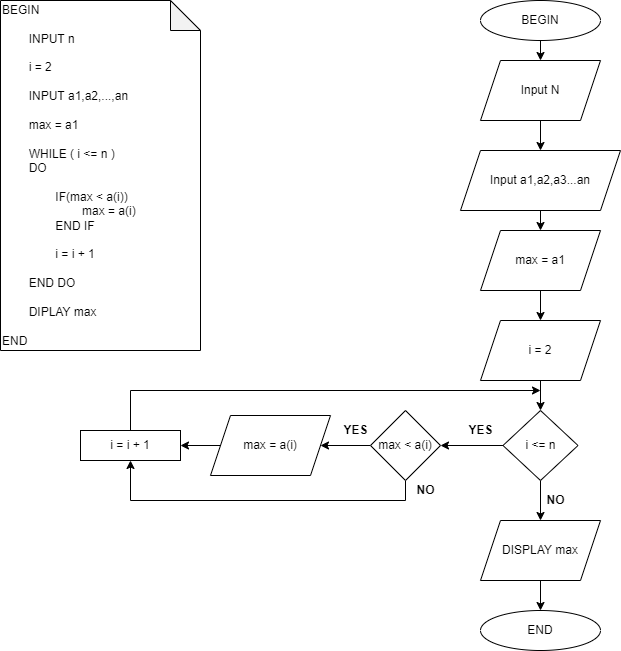
Earlier version of the draw.io export C1221G1-NguyenQuangHuu/module1/ss3_pseudo_code_&_flowchart/bai_tap/BaiTap4.png (NguyenQuangHuu/C1221G1-NguyenQuangHuu). Source tidied: cells renumbered, new cells last; positions are measured from the earlier drawing's top-left corner, leaving out a move shared by most shapes. Its diagram source:
```xml
<mxGraphModel>
  <root>
    <mxCell id="0" />
    <mxCell id="1" parent="0" />
    <mxCell id="2" value="BEGIN&lt;br&gt;&lt;br&gt;&lt;span style=&quot;white-space: pre&quot;&gt;&#9;&lt;/span&gt;INPUT n&lt;br&gt;&lt;br&gt;&lt;span style=&quot;white-space: pre&quot;&gt;&#9;&lt;/span&gt;i = 2&lt;br&gt;&lt;br&gt;&lt;span style=&quot;white-space: pre&quot;&gt;&#9;&lt;/span&gt;INPUT a1,a2,...,an&lt;br&gt;&lt;br&gt;&lt;span style=&quot;white-space: pre&quot;&gt;&#9;&lt;/span&gt;max = a1&lt;br&gt;&lt;span style=&quot;white-space: pre&quot;&gt;&#9;&lt;/span&gt;&lt;br&gt;&lt;span style=&quot;white-space: pre&quot;&gt;&#9;&lt;/span&gt;WHILE ( i &amp;lt;= n )&lt;br&gt;&lt;span style=&quot;white-space: pre&quot;&gt;&#9;&lt;/span&gt;DO &lt;br&gt;&lt;br&gt;&lt;span style=&quot;white-space: pre&quot;&gt;&#9;&lt;/span&gt;&lt;span style=&quot;white-space: pre&quot;&gt;&#9;&lt;/span&gt;IF(max &amp;lt; a(i))&amp;nbsp;&lt;br&gt;&lt;span style=&quot;white-space: pre&quot;&gt;&#9;&lt;/span&gt;&lt;span style=&quot;white-space: pre&quot;&gt;&#9;&lt;span style=&quot;white-space: pre&quot;&gt;&#9;&lt;/span&gt;&lt;/span&gt;max = a(i)&lt;br&gt;&lt;span style=&quot;white-space: pre&quot;&gt;&#9;&lt;/span&gt;&lt;span style=&quot;white-space: pre&quot;&gt;&#9;&lt;/span&gt;END IF&lt;br&gt;&lt;br&gt;&lt;span style=&quot;white-space: pre&quot;&gt;&#9;&lt;/span&gt;&lt;span style=&quot;white-space: pre&quot;&gt;&#9;&lt;/span&gt;i = i + 1&lt;br&gt;&lt;br&gt;&lt;span style=&quot;white-space: pre&quot;&gt;&#9;&lt;/span&gt;END DO&lt;br&gt;&lt;span style=&quot;white-space: pre&quot;&gt;&#9;&lt;/span&gt;&lt;br&gt;&lt;span style=&quot;white-space: pre&quot;&gt;&#9;&lt;/span&gt;DIPLAY max&lt;br&gt;&lt;br&gt;END" style="shape=note;whiteSpace=wrap;html=1;backgroundOutline=1;darkOpacity=0.05;align=left;" parent="1" vertex="1">
      <mxGeometry width="200" height="350" as="geometry" />
    </mxCell>
    <mxCell id="3" style="edgeStyle=orthogonalEdgeStyle;rounded=0;jettySize=auto;html=1;exitX=0.5;exitY=1;exitDx=0;exitDy=0;entryX=0.5;entryY=0;entryDx=0;entryDy=0;" parent="1" edge="1" source="4" target="7">
      <mxGeometry relative="1" as="geometry" />
    </mxCell>
    <mxCell id="4" value="BEGIN" style="ellipse;whiteSpace=wrap;html=1;" parent="1" vertex="1">
      <mxGeometry x="480" width="120" height="40" as="geometry" />
    </mxCell>
    <mxCell id="5" value="END" style="ellipse;whiteSpace=wrap;html=1;" parent="1" vertex="1">
      <mxGeometry x="480" y="610" width="120" height="40" as="geometry" />
    </mxCell>
    <mxCell id="6" style="edgeStyle=orthogonalEdgeStyle;rounded=0;jettySize=auto;html=1;exitX=0.5;exitY=1;exitDx=0;exitDy=0;entryX=0.5;entryY=0;entryDx=0;entryDy=0;" parent="1" edge="1" source="7" target="9">
      <mxGeometry relative="1" as="geometry" />
    </mxCell>
    <mxCell id="7" value="Input N" style="shape=parallelogram;perimeter=parallelogramPerimeter;whiteSpace=wrap;html=1;fixedSize=1;" parent="1" vertex="1">
      <mxGeometry x="480" y="60" width="120" height="60" as="geometry" />
    </mxCell>
    <mxCell id="8" style="edgeStyle=orthogonalEdgeStyle;rounded=0;jettySize=auto;html=1;exitX=0.5;exitY=1;exitDx=0;exitDy=0;entryX=0.5;entryY=0;entryDx=0;entryDy=0;" parent="1" edge="1" source="9" target="11">
      <mxGeometry relative="1" as="geometry" />
    </mxCell>
    <mxCell id="9" value="Input a1,a2,a3...an" style="shape=parallelogram;perimeter=parallelogramPerimeter;whiteSpace=wrap;html=1;fixedSize=1;" parent="1" vertex="1">
      <mxGeometry x="460" y="150" width="160" height="60" as="geometry" />
    </mxCell>
    <mxCell id="10" style="edgeStyle=orthogonalEdgeStyle;rounded=0;jettySize=auto;html=1;exitX=0.5;exitY=1;exitDx=0;exitDy=0;entryX=0.5;entryY=0;entryDx=0;entryDy=0;" parent="1" edge="1" source="11" target="13">
      <mxGeometry relative="1" as="geometry" />
    </mxCell>
    <mxCell id="11" value="max = a1" style="shape=parallelogram;perimeter=parallelogramPerimeter;whiteSpace=wrap;html=1;fixedSize=1;" parent="1" vertex="1">
      <mxGeometry x="480" y="230" width="120" height="60" as="geometry" />
    </mxCell>
    <mxCell id="12" style="edgeStyle=orthogonalEdgeStyle;rounded=0;jettySize=auto;html=1;exitX=0.5;exitY=1;exitDx=0;exitDy=0;entryX=0.5;entryY=0;entryDx=0;entryDy=0;" parent="1" edge="1" source="13" target="16">
      <mxGeometry relative="1" as="geometry" />
    </mxCell>
    <mxCell id="13" value="i = 2" style="shape=parallelogram;perimeter=parallelogramPerimeter;whiteSpace=wrap;html=1;fixedSize=1;" parent="1" vertex="1">
      <mxGeometry x="480" y="320" width="120" height="60" as="geometry" />
    </mxCell>
    <mxCell id="14" style="edgeStyle=orthogonalEdgeStyle;rounded=0;jettySize=auto;html=1;exitX=0;exitY=0.5;exitDx=0;exitDy=0;entryX=1;entryY=0.5;entryDx=0;entryDy=0;" parent="1" edge="1" source="16" target="19">
      <mxGeometry relative="1" as="geometry" />
    </mxCell>
    <mxCell id="15" style="edgeStyle=orthogonalEdgeStyle;rounded=0;jettySize=auto;html=1;exitX=0.5;exitY=1;exitDx=0;exitDy=0;entryX=0.5;entryY=0;entryDx=0;entryDy=0;" parent="1" edge="1" source="16" target="22">
      <mxGeometry relative="1" as="geometry" />
    </mxCell>
    <mxCell id="16" value="i &amp;lt;= n" style="rhombus;whiteSpace=wrap;html=1;" parent="1" vertex="1">
      <mxGeometry x="502.5" y="410" width="75" height="70" as="geometry" />
    </mxCell>
    <mxCell id="17" style="edgeStyle=orthogonalEdgeStyle;rounded=0;jettySize=auto;html=1;exitX=0;exitY=0.5;exitDx=0;exitDy=0;entryX=1;entryY=0.5;entryDx=0;entryDy=0;" parent="1" edge="1" source="19" target="28">
      <mxGeometry relative="1" as="geometry" />
    </mxCell>
    <mxCell id="18" style="edgeStyle=orthogonalEdgeStyle;rounded=0;jettySize=auto;html=1;exitX=0.5;exitY=1;exitDx=0;exitDy=0;entryX=0.5;entryY=1;entryDx=0;entryDy=0;" parent="1" edge="1" source="19" target="24">
      <mxGeometry relative="1" as="geometry" />
    </mxCell>
    <mxCell id="19" value="max &amp;lt; a(i)" style="rhombus;whiteSpace=wrap;html=1;" parent="1" vertex="1">
      <mxGeometry x="370" y="410" width="70" height="70" as="geometry" />
    </mxCell>
    <mxCell id="20" value="&lt;b&gt;NO&lt;/b&gt;" style="text;html=1;align=center;verticalAlign=middle;strokeColor=none;fillColor=none;" parent="1" vertex="1">
      <mxGeometry x="540" y="490" width="30" height="20" as="geometry" />
    </mxCell>
    <mxCell id="21" style="edgeStyle=orthogonalEdgeStyle;rounded=0;jettySize=auto;html=1;exitX=0.5;exitY=1;exitDx=0;exitDy=0;entryX=0.5;entryY=0;entryDx=0;entryDy=0;" parent="1" edge="1" source="22" target="5">
      <mxGeometry relative="1" as="geometry" />
    </mxCell>
    <mxCell id="22" value="DISPLAY max" style="shape=parallelogram;perimeter=parallelogramPerimeter;whiteSpace=wrap;html=1;fixedSize=1;" parent="1" vertex="1">
      <mxGeometry x="480" y="520" width="120" height="60" as="geometry" />
    </mxCell>
    <mxCell id="23" style="edgeStyle=orthogonalEdgeStyle;rounded=0;jettySize=auto;html=1;exitX=0.5;exitY=0;exitDx=0;exitDy=0;" parent="1" edge="1" source="24">
      <mxGeometry relative="1" as="geometry">
        <mxPoint x="540" y="390" as="targetPoint" />
        <Array as="points">
          <mxPoint x="130" y="390" />
          <mxPoint x="540" y="390" />
        </Array>
      </mxGeometry>
    </mxCell>
    <mxCell id="24" value="i = i + 1" style="whiteSpace=wrap;html=1;" parent="1" vertex="1">
      <mxGeometry x="80" y="430" width="100" height="30" as="geometry" />
    </mxCell>
    <mxCell id="25" style="edgeStyle=orthogonalEdgeStyle;rounded=0;jettySize=auto;html=1;exitX=0;exitY=0.5;exitDx=0;exitDy=0;entryX=1;entryY=0.5;entryDx=0;entryDy=0;" parent="1" edge="1" source="28" target="24">
      <mxGeometry relative="1" as="geometry" />
    </mxCell>
    <mxCell id="26" value="&lt;b&gt;YES&lt;/b&gt;" style="text;html=1;align=center;verticalAlign=middle;strokeColor=none;fillColor=none;" parent="1" vertex="1">
      <mxGeometry x="460" y="420" width="40" height="20" as="geometry" />
    </mxCell>
    <mxCell id="27" value="&lt;b&gt;YES&lt;/b&gt;" style="text;html=1;align=center;verticalAlign=middle;strokeColor=none;fillColor=none;" parent="1" vertex="1">
      <mxGeometry x="335" y="420" width="40" height="20" as="geometry" />
    </mxCell>
    <mxCell id="28" value="max = a(i)" style="shape=parallelogram;perimeter=parallelogramPerimeter;whiteSpace=wrap;html=1;fixedSize=1;" parent="1" vertex="1">
      <mxGeometry x="210" y="415" width="120" height="60" as="geometry" />
    </mxCell>
    <mxCell id="29" value="&lt;b&gt;NO&lt;/b&gt;" style="text;html=1;align=center;verticalAlign=middle;strokeColor=none;fillColor=none;" parent="1" vertex="1">
      <mxGeometry x="410" y="480" width="30" height="20" as="geometry" />
    </mxCell>
  </root>
</mxGraphModel>
```
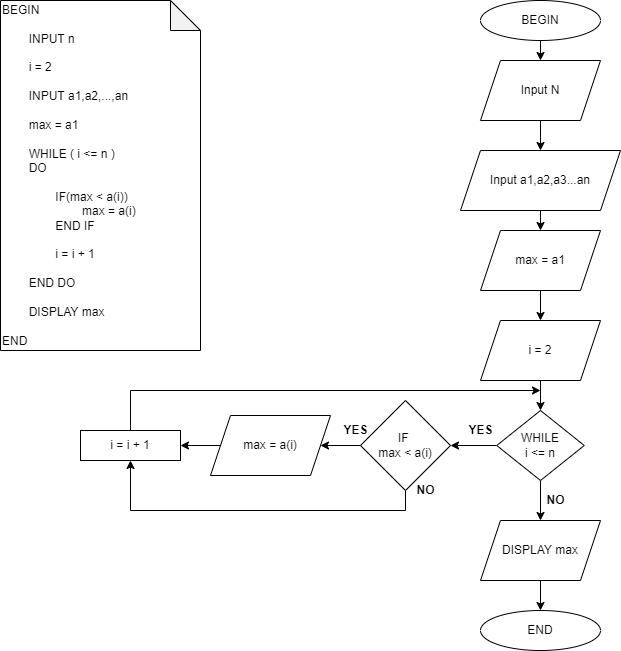
The same diagram one commit later.

Commit message:
update chinh sua bai tap

What changed in the source:
```diff
@@ -2,7 +2,7 @@
   <root>
     <mxCell id="0" />
     <mxCell id="1" parent="0" />
-    <mxCell id="2" value="BEGIN&lt;br&gt;&lt;br&gt;&lt;span style=&quot;white-space: pre&quot;&gt;&#9;&lt;/span&gt;INPUT n&lt;br&gt;&lt;br&gt;&lt;span style=&quot;white-space: pre&quot;&gt;&#9;&lt;/span&gt;i = 2&lt;br&gt;&lt;br&gt;&lt;span style=&quot;white-space: pre&quot;&gt;&#9;&lt;/span&gt;INPUT a1,a2,...,an&lt;br&gt;&lt;br&gt;&lt;span style=&quot;white-space: pre&quot;&gt;&#9;&lt;/span&gt;max = a1&lt;br&gt;&lt;span style=&quot;white-space: pre&quot;&gt;&#9;&lt;/span&gt;&lt;br&gt;&lt;span style=&quot;white-space: pre&quot;&gt;&#9;&lt;/span&gt;WHILE ( i &amp;lt;= n )&lt;br&gt;&lt;span style=&quot;white-space: pre&quot;&gt;&#9;&lt;/span&gt;DO &lt;br&gt;&lt;br&gt;&lt;span style=&quot;white-space: pre&quot;&gt;&#9;&lt;/span&gt;&lt;span style=&quot;white-space: pre&quot;&gt;&#9;&lt;/span&gt;IF(max &amp;lt; a(i))&amp;nbsp;&lt;br&gt;&lt;span style=&quot;white-space: pre&quot;&gt;&#9;&lt;/span&gt;&lt;span style=&quot;white-space: pre&quot;&gt;&#9;&lt;span style=&quot;white-space: pre&quot;&gt;&#9;&lt;/span&gt;&lt;/span&gt;max = a(i)&lt;br&gt;&lt;span style=&quot;white-space: pre&quot;&gt;&#9;&lt;/span&gt;&lt;span style=&quot;white-space: pre&quot;&gt;&#9;&lt;/span&gt;END IF&lt;br&gt;&lt;br&gt;&lt;span style=&quot;white-space: pre&quot;&gt;&#9;&lt;/span&gt;&lt;span style=&quot;white-space: pre&quot;&gt;&#9;&lt;/span&gt;i = i + 1&lt;br&gt;&lt;br&gt;&lt;span style=&quot;white-space: pre&quot;&gt;&#9;&lt;/span&gt;END DO&lt;br&gt;&lt;span style=&quot;white-space: pre&quot;&gt;&#9;&lt;/span&gt;&lt;br&gt;&lt;span style=&quot;white-space: pre&quot;&gt;&#9;&lt;/span&gt;DIPLAY max&lt;br&gt;&lt;br&gt;END" style="shape=note;whiteSpace=wrap;html=1;backgroundOutline=1;darkOpacity=0.05;align=left;" parent="1" vertex="1">
+    <mxCell id="2" value="BEGIN&lt;br&gt;&lt;br&gt;&lt;span style=&quot;white-space: pre&quot;&gt;&#9;&lt;/span&gt;INPUT n&lt;br&gt;&lt;br&gt;&lt;span style=&quot;white-space: pre&quot;&gt;&#9;&lt;/span&gt;i = 2&lt;br&gt;&lt;br&gt;&lt;span style=&quot;white-space: pre&quot;&gt;&#9;&lt;/span&gt;INPUT a1,a2,...,an&lt;br&gt;&lt;br&gt;&lt;span style=&quot;white-space: pre&quot;&gt;&#9;&lt;/span&gt;max = a1&lt;br&gt;&lt;span style=&quot;white-space: pre&quot;&gt;&#9;&lt;/span&gt;&lt;br&gt;&lt;span style=&quot;white-space: pre&quot;&gt;&#9;&lt;/span&gt;WHILE ( i &amp;lt;= n )&lt;br&gt;&lt;span style=&quot;white-space: pre&quot;&gt;&#9;&lt;/span&gt;DO &lt;br&gt;&lt;br&gt;&lt;span style=&quot;white-space: pre&quot;&gt;&#9;&lt;/span&gt;&lt;span style=&quot;white-space: pre&quot;&gt;&#9;&lt;/span&gt;IF(max &amp;lt; a(i))&amp;nbsp;&lt;br&gt;&lt;span style=&quot;white-space: pre&quot;&gt;&#9;&lt;/span&gt;&lt;span style=&quot;white-space: pre&quot;&gt;&#9;&lt;span style=&quot;white-space: pre&quot;&gt;&#9;&lt;/span&gt;&lt;/span&gt;max = a(i)&lt;br&gt;&lt;span style=&quot;white-space: pre&quot;&gt;&#9;&lt;/span&gt;&lt;span style=&quot;white-space: pre&quot;&gt;&#9;&lt;/span&gt;END IF&lt;br&gt;&lt;br&gt;&lt;span style=&quot;white-space: pre&quot;&gt;&#9;&lt;/span&gt;&lt;span style=&quot;white-space: pre&quot;&gt;&#9;&lt;/span&gt;i = i + 1&lt;br&gt;&lt;br&gt;&lt;span style=&quot;white-space: pre&quot;&gt;&#9;&lt;/span&gt;END DO&lt;br&gt;&lt;span style=&quot;white-space: pre&quot;&gt;&#9;&lt;/span&gt;&lt;br&gt;&lt;span style=&quot;white-space: pre&quot;&gt;&#9;&lt;/span&gt;DISPLAY max&lt;br&gt;&lt;br&gt;END" style="shape=note;whiteSpace=wrap;html=1;backgroundOutline=1;darkOpacity=0.05;align=left;" parent="1" vertex="1">
       <mxGeometry width="200" height="350" as="geometry" />
     </mxCell>
     <mxCell id="3" style="edgeStyle=orthogonalEdgeStyle;rounded=0;jettySize=auto;html=1;exitX=0.5;exitY=1;exitDx=0;exitDy=0;entryX=0.5;entryY=0;entryDx=0;entryDy=0;" parent="1" edge="1" source="4" target="7">
@@ -33,7 +33,11 @@
       <mxGeometry x="480" y="230" width="120" height="60" as="geometry" />
     </mxCell>
     <mxCell id="12" style="edgeStyle=orthogonalEdgeStyle;rounded=0;jettySize=auto;html=1;exitX=0.5;exitY=1;exitDx=0;exitDy=0;entryX=0.5;entryY=0;entryDx=0;entryDy=0;" parent="1" edge="1" source="13" target="16">
-      <mxGeometry relative="1" as="geometry" />
+      <mxGeometry relative="1" as="geometry">
+        <Array as="points">
+          <mxPoint x="540" y="410" />
+        </Array>
+      </mxGeometry>
     </mxCell>
     <mxCell id="13" value="i = 2" style="shape=parallelogram;perimeter=parallelogramPerimeter;whiteSpace=wrap;html=1;fixedSize=1;" parent="1" vertex="1">
       <mxGeometry x="480" y="320" width="120" height="60" as="geometry" />
@@ -44,8 +48,8 @@
     <mxCell id="15" style="edgeStyle=orthogonalEdgeStyle;rounded=0;jettySize=auto;html=1;exitX=0.5;exitY=1;exitDx=0;exitDy=0;entryX=0.5;entryY=0;entryDx=0;entryDy=0;" parent="1" edge="1" source="16" target="22">
       <mxGeometry relative="1" as="geometry" />
     </mxCell>
-    <mxCell id="16" value="i &amp;lt;= n" style="rhombus;whiteSpace=wrap;html=1;" parent="1" vertex="1">
-      <mxGeometry x="502.5" y="410" width="75" height="70" as="geometry" />
+    <mxCell id="16" value="WHILE&lt;br&gt;i &amp;lt;= n" style="rhombus;whiteSpace=wrap;html=1;" parent="1" vertex="1">
+      <mxGeometry x="496.2" y="410" width="87.5" height="70" as="geometry" />
     </mxCell>
     <mxCell id="17" style="edgeStyle=orthogonalEdgeStyle;rounded=0;jettySize=auto;html=1;exitX=0;exitY=0.5;exitDx=0;exitDy=0;entryX=1;entryY=0.5;entryDx=0;entryDy=0;" parent="1" edge="1" source="19" target="28">
       <mxGeometry relative="1" as="geometry" />
@@ -53,8 +57,8 @@
     <mxCell id="18" style="edgeStyle=orthogonalEdgeStyle;rounded=0;jettySize=auto;html=1;exitX=0.5;exitY=1;exitDx=0;exitDy=0;entryX=0.5;entryY=1;entryDx=0;entryDy=0;" parent="1" edge="1" source="19" target="24">
       <mxGeometry relative="1" as="geometry" />
     </mxCell>
-    <mxCell id="19" value="max &amp;lt; a(i)" style="rhombus;whiteSpace=wrap;html=1;" parent="1" vertex="1">
-      <mxGeometry x="370" y="410" width="70" height="70" as="geometry" />
+    <mxCell id="19" value="IF &lt;br&gt;max &amp;lt; a(i)" style="rhombus;whiteSpace=wrap;html=1;" parent="1" vertex="1">
+      <mxGeometry x="360" y="400" width="90" height="90" as="geometry" />
     </mxCell>
     <mxCell id="20" value="&lt;b&gt;NO&lt;/b&gt;" style="text;html=1;align=center;verticalAlign=middle;strokeColor=none;fillColor=none;" parent="1" vertex="1">
       <mxGeometry x="540" y="490" width="30" height="20" as="geometry" />
@@ -65,15 +69,14 @@
     <mxCell id="22" value="DISPLAY max" style="shape=parallelogram;perimeter=parallelogramPerimeter;whiteSpace=wrap;html=1;fixedSize=1;" parent="1" vertex="1">
       <mxGeometry x="480" y="520" width="120" height="60" as="geometry" />
     </mxCell>
-    <mxCell id="23" style="edgeStyle=orthogonalEdgeStyle;rounded=0;jettySize=auto;html=1;exitX=0.5;exitY=0;exitDx=0;exitDy=0;" parent="1" edge="1" source="24">
-      <mxGeometry relative="1" as="geometry">
-        <mxPoint x="540" y="390" as="targetPoint" />
-        <Array as="points">
-          <mxPoint x="130" y="390" />
-          <mxPoint x="540" y="390" />
-        </Array>
-      </mxGeometry>
-    </mxCell>
+    <mxCell id="30" style="edgeStyle=orthogonalEdgeStyle;rounded=0;jettySize=auto;html=1;exitX=0.5;exitY=0;exitDx=0;exitDy=0;" parent="1" edge="1" source="24">
+      <mxGeometry relative="1" as="geometry">
+        <mxPoint x="540" y="390" as="targetPoint" />
+        <Array as="points">
+          <mxPoint x="130" y="390" />
+        </Array>
+      </mxGeometry>
+    </mxCell>
     <mxCell id="24" value="i = i + 1" style="whiteSpace=wrap;html=1;" parent="1" vertex="1">
       <mxGeometry x="80" y="430" width="100" height="30" as="geometry" />
     </mxCell>
```
